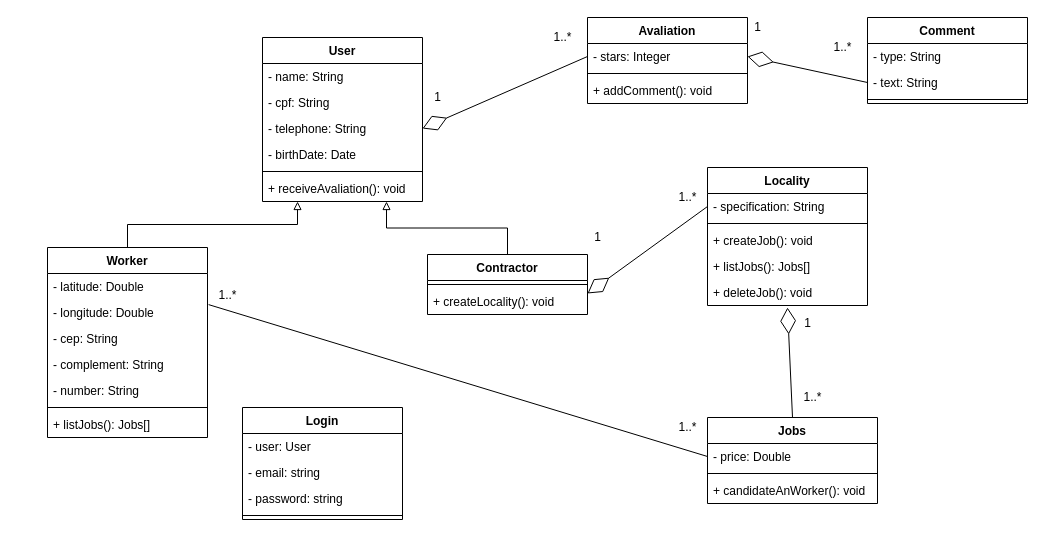
Above: diagrama de classes/class_diagram_iclean.drawio in robertogsl/Grupo1-3ADSA (draw.io), before the change. Source tidied: cells renumbered, new cells numbered last; positions are measured from the earlier drawing's top-left corner, leaving out a move shared by most shapes. Both pictures are drawn from the tidied source at 100%, with x=0, y=0 at pixel (47, 17).
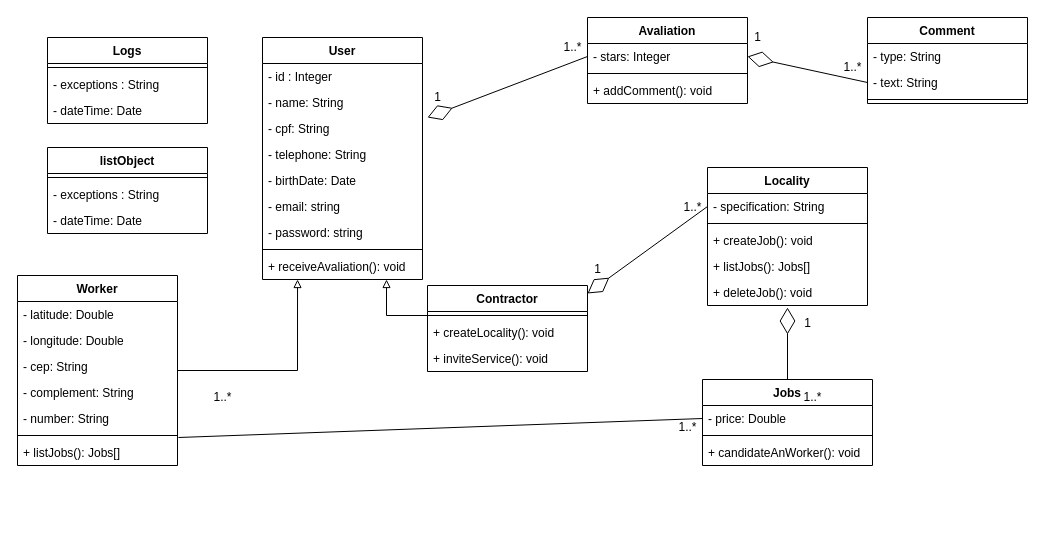
After the change.

Unchanged cells that the change refers to:
```xml
<mxCell id="12" value="- longitude: Double" style="text;strokeColor=none;fillColor=none;align=left;verticalAlign=top;spacingLeft=4;spacingRight=4;overflow=hidden;points=[[0,0.5],[1,0.5]];portConstraint=eastwest;" parent="10" vertex="1">
  <mxGeometry y="52" width="160" height="26" as="geometry" />
</mxCell>
<mxCell id="17" value="+ listJobs(): Jobs[]" style="text;strokeColor=none;fillColor=none;align=left;verticalAlign=top;spacingLeft=4;spacingRight=4;overflow=hidden;points=[[0,0.5],[1,0.5]];portConstraint=eastwest;" parent="10" vertex="1">
  <mxGeometry y="164" width="160" height="26" as="geometry" />
</mxCell>
<mxCell id="23" value="- price: Double" style="text;strokeColor=none;fillColor=none;align=left;verticalAlign=top;spacingLeft=4;spacingRight=4;overflow=hidden;points=[[0,0.5],[1,0.5]];portConstraint=eastwest;" parent="22" vertex="1">
  <mxGeometry y="26" width="170" height="26" as="geometry" />
</mxCell>
<mxCell id="27" value="- stars: Integer" style="text;strokeColor=none;fillColor=none;align=left;verticalAlign=top;spacingLeft=4;spacingRight=4;overflow=hidden;points=[[0,0.5],[1,0.5]];portConstraint=eastwest;" parent="26" vertex="1">
  <mxGeometry y="26" width="160" height="26" as="geometry" />
</mxCell>
```

The edit, as a diff of the source:
```diff
@@
     <mxCell id="2" value="User" style="swimlane;fontStyle=1;align=center;verticalAlign=top;horizontal=1;startSize=26;" parent="1" vertex="1">
-      <mxGeometry x="215" y="20" width="160" height="164" as="geometry" />
+      <mxGeometry x="215" y="20" width="160" height="242" as="geometry" />
     </mxCell>
+    <mxCell id="34" value="- id : Integer" style="text;strokeColor=none;fillColor=none;align=left;verticalAlign=top;spacingLeft=4;spacingRight=4;overflow=hidden;" parent="2" vertex="1">
+      <mxGeometry y="26" width="160" height="26" as="geometry" />
+    </mxCell>
     <mxCell id="3" value="- name: String" style="text;strokeColor=none;fillColor=none;align=left;verticalAlign=top;spacingLeft=4;spacingRight=4;overflow=hidden;" parent="2" vertex="1">
-      <mxGeometry y="26" width="160" height="26" as="geometry" />
+      <mxGeometry y="52" width="160" height="26" as="geometry" />
     </mxCell>
     <mxCell id="4" value="- cpf: String" style="text;strokeColor=none;fillColor=none;align=left;verticalAlign=top;spacingLeft=4;spacingRight=4;overflow=hidden;" parent="2" vertex="1">
-      <mxGeometry y="52" width="160" height="26" as="geometry" />
+      <mxGeometry y="78" width="160" height="26" as="geometry" />
     </mxCell>
     <mxCell id="5" value="- telephone: String" style="text;strokeColor=none;fillColor=none;align=left;verticalAlign=top;spacingLeft=4;spacingRight=4;overflow=hidden;points=[[0,0.5],[1,0.5]];portConstraint=eastwest;" parent="2" vertex="1">
-      <mxGeometry y="78" width="160" height="26" as="geometry" />
+      <mxGeometry y="104" width="160" height="26" as="geometry" />
     </mxCell>
     <mxCell id="6" value="- birthDate: Date" style="text;strokeColor=none;fillColor=none;align=left;verticalAlign=top;spacingLeft=4;spacingRight=4;overflow=hidden;" parent="2" vertex="1">
-      <mxGeometry y="104" width="160" height="26" as="geometry" />
+      <mxGeometry y="130" width="160" height="26" as="geometry" />
     </mxCell>
+    <mxCell id="35" value="- email: string" style="text;strokeColor=none;fillColor=none;align=left;verticalAlign=top;spacingLeft=4;spacingRight=4;overflow=hidden;" parent="2" vertex="1">
+      <mxGeometry y="156" width="160" height="26" as="geometry" />
+    </mxCell>
+    <mxCell id="36" value="- password: string" style="text;strokeColor=none;fillColor=none;align=left;verticalAlign=top;spacingLeft=4;spacingRight=4;overflow=hidden;" parent="2" vertex="1">
+      <mxGeometry y="182" width="160" height="26" as="geometry" />
+    </mxCell>
     <mxCell id="7" style="line;strokeWidth=1;fillColor=none;align=left;verticalAlign=middle;spacingTop=-1;spacingLeft=3;spacingRight=3;labelPosition=right;" parent="2" vertex="1">
-      <mxGeometry y="130" width="160" height="8" as="geometry" />
+      <mxGeometry y="208" width="160" height="8" as="geometry" />
     </mxCell>
     <mxCell id="8" value="+ receiveAvaliation(): void" style="text;strokeColor=none;fillColor=none;align=left;verticalAlign=top;spacingLeft=4;spacingRight=4;overflow=hidden;points=[[0,0.5],[1,0.5]];portConstraint=eastwest;" parent="2" vertex="1">
-      <mxGeometry y="138" width="160" height="26" as="geometry" />
+      <mxGeometry y="216" width="160" height="26" as="geometry" />
     </mxCell>
@@
     <mxCell id="10" value="Worker" style="swimlane;fontStyle=1;align=center;verticalAlign=top;horizontal=1;startSize=26;" parent="1" vertex="1">
-      <mxGeometry y="230" width="160" height="190" as="geometry" />
+      <mxGeometry x="-30" y="258" width="160" height="190" as="geometry" />
     </mxCell>
@@
     <mxCell id="18" style="edgeStyle=orthogonalEdgeStyle;rounded=0;jettySize=auto;html=1;entryX=0.775;entryY=1;entryDx=0;entryDy=0;entryPerimeter=0;endArrow=block;endFill=0;" parent="1" edge="1" source="19" target="8">
-      <mxGeometry relative="1" as="geometry" />
+      <mxGeometry relative="1" as="geometry">
+        <Array as="points">
+          <mxPoint x="339" y="298" />
+        </Array>
+      </mxGeometry>
     </mxCell>
     <mxCell id="19" value="Contractor" style="swimlane;fontStyle=1;align=center;verticalAlign=top;horizontal=1;startSize=26;" parent="1" vertex="1">
-      <mxGeometry x="380" y="237" width="160" height="60" as="geometry" />
+      <mxGeometry x="380" y="268" width="160" height="86" as="geometry" />
     </mxCell>
@@
+    <mxCell id="60" value="+ inviteService(): void" style="text;strokeColor=none;fillColor=none;align=left;verticalAlign=top;spacingLeft=4;spacingRight=4;overflow=hidden;" parent="19" vertex="1">
+      <mxGeometry y="60" width="160" height="26" as="geometry" />
+    </mxCell>
     <mxCell id="22" value="Jobs" style="swimlane;fontStyle=1;align=center;verticalAlign=top;horizontal=1;startSize=26;" parent="1" vertex="1">
-      <mxGeometry x="660" y="400" width="170" height="86" as="geometry" />
+      <mxGeometry x="655" y="362" width="170" height="86" as="geometry" />
     </mxCell>
@@
-    <mxCell id="30" style="endArrow=diamondThin;endFill=0;endSize=24;html=1;exitX=0;exitY=0.5;exitDx=0;exitDy=0;entryX=1;entryY=0.5;entryDx=0;entryDy=0;" parent="1" edge="1" source="27" target="5">
-      <mxGeometry relative="1" as="geometry" />
+    <mxCell id="30" style="endArrow=diamondThin;endFill=0;endSize=24;html=1;exitX=0;exitY=0.5;exitDx=0;exitDy=0;" parent="1" edge="1" source="27">
+      <mxGeometry relative="1" as="geometry">
+        <mxPoint x="380" y="100" as="targetPoint" />
+      </mxGeometry>
     </mxCell>
@@
     <mxCell id="32" value="1..*" style="text;html=1;align=center;verticalAlign=middle;strokeColor=none;" parent="1" vertex="1">
-      <mxGeometry x="500" y="10" width="30" height="20" as="geometry" />
+      <mxGeometry x="510" y="20" width="30" height="20" as="geometry" />
     </mxCell>
-    <mxCell id="33" value="Login" style="swimlane;fontStyle=1;align=center;verticalAlign=top;horizontal=1;startSize=26;" parent="1" vertex="1">
-      <mxGeometry x="195" y="390" width="160" height="112" as="geometry" />
-    </mxCell>
-    <mxCell id="34" value="- user: User" style="text;strokeColor=none;fillColor=none;align=left;verticalAlign=top;spacingLeft=4;spacingRight=4;overflow=hidden;" parent="33" vertex="1">
-      <mxGeometry y="26" width="160" height="26" as="geometry" />
-    </mxCell>
-    <mxCell id="35" value="- email: string" style="text;strokeColor=none;fillColor=none;align=left;verticalAlign=top;spacingLeft=4;spacingRight=4;overflow=hidden;" parent="33" vertex="1">
-      <mxGeometry y="52" width="160" height="26" as="geometry" />
-    </mxCell>
-    <mxCell id="36" value="- password: string" style="text;strokeColor=none;fillColor=none;align=left;verticalAlign=top;spacingLeft=4;spacingRight=4;overflow=hidden;" parent="33" vertex="1">
-      <mxGeometry y="78" width="160" height="26" as="geometry" />
-    </mxCell>
-    <mxCell id="37" style="line;strokeWidth=1;fillColor=none;align=left;verticalAlign=middle;spacingTop=-1;spacingLeft=3;spacingRight=3;labelPosition=right;" parent="33" vertex="1">
-      <mxGeometry y="104" width="160" height="8" as="geometry" />
-    </mxCell>
@@
     <mxCell id="43" value="1" style="text;html=1;align=center;verticalAlign=middle;strokeColor=none;" parent="1" vertex="1">
-      <mxGeometry x="700" width="20" height="20" as="geometry" />
+      <mxGeometry x="700" y="10" width="20" height="20" as="geometry" />
     </mxCell>
     <mxCell id="44" value="1..*" style="text;html=1;align=center;verticalAlign=middle;strokeColor=none;" parent="1" vertex="1">
-      <mxGeometry x="780" y="20" width="30" height="20" as="geometry" />
+      <mxGeometry x="790" y="40" width="30" height="20" as="geometry" />
     </mxCell>
@@
     <mxCell id="53" value="1" style="text;html=1;align=center;verticalAlign=middle;strokeColor=none;" parent="1" vertex="1">
-      <mxGeometry x="540" y="210" width="20" height="20" as="geometry" />
+      <mxGeometry x="540" y="242" width="20" height="20" as="geometry" />
     </mxCell>
     <mxCell id="54" value="1..*" style="text;html=1;align=center;verticalAlign=middle;strokeColor=none;" parent="1" vertex="1">
-      <mxGeometry x="625" y="170" width="30" height="20" as="geometry" />
+      <mxGeometry x="630" y="180" width="30" height="20" as="geometry" />
     </mxCell>
@@
     <mxCell id="58" value="1..*" style="text;html=1;align=center;verticalAlign=middle;strokeColor=none;" parent="1" vertex="1">
-      <mxGeometry x="165" y="268" width="30" height="20" as="geometry" />
+      <mxGeometry x="160" y="370" width="30" height="20" as="geometry" />
     </mxCell>
-    <mxCell id="59" style="endArrow=none;html=1;entryX=0;entryY=0.5;entryDx=0;entryDy=0;exitX=1.007;exitY=0.197;exitDx=0;exitDy=0;exitPerimeter=0;" parent="1" edge="1" source="12" target="23">
+    <mxCell id="59" style="endArrow=none;html=1;entryX=0;entryY=0.5;entryDx=0;entryDy=0;exitX=1.006;exitY=-0.077;exitDx=0;exitDy=0;exitPerimeter=0;" parent="1" edge="1" source="17" target="23">
       <mxGeometry relative="1" as="geometry" />
     </mxCell>
+    <mxCell id="61" value="Logs" style="swimlane;fontStyle=1;align=center;verticalAlign=top;horizontal=1;startSize=26;" parent="1" vertex="1">
+      <mxGeometry y="20" width="160" height="86" as="geometry" />
+    </mxCell>
+    <mxCell id="62" style="line;strokeWidth=1;fillColor=none;align=left;verticalAlign=middle;spacingTop=-1;spacingLeft=3;spacingRight=3;labelPosition=right;" parent="61" vertex="1">
+      <mxGeometry y="26" width="160" height="8" as="geometry" />
+    </mxCell>
+    <mxCell id="63" value="- exceptions : String" style="text;strokeColor=none;fillColor=none;align=left;verticalAlign=top;spacingLeft=4;spacingRight=4;overflow=hidden;" parent="61" vertex="1">
+      <mxGeometry y="34" width="160" height="26" as="geometry" />
+    </mxCell>
+    <mxCell id="64" value="- dateTime: Date" style="text;strokeColor=none;fillColor=none;align=left;verticalAlign=top;spacingLeft=4;spacingRight=4;overflow=hidden;" parent="61" vertex="1">
+      <mxGeometry y="60" width="160" height="26" as="geometry" />
+    </mxCell>
+    <mxCell id="65" value="listObject" style="swimlane;fontStyle=1;align=center;verticalAlign=top;horizontal=1;startSize=26;" parent="1" vertex="1">
+      <mxGeometry y="130" width="160" height="86" as="geometry" />
+    </mxCell>
+    <mxCell id="66" style="line;strokeWidth=1;fillColor=none;align=left;verticalAlign=middle;spacingTop=-1;spacingLeft=3;spacingRight=3;labelPosition=right;" parent="65" vertex="1">
+      <mxGeometry y="26" width="160" height="8" as="geometry" />
+    </mxCell>
+    <mxCell id="67" value="- exceptions : String" style="text;strokeColor=none;fillColor=none;align=left;verticalAlign=top;spacingLeft=4;spacingRight=4;overflow=hidden;" parent="65" vertex="1">
+      <mxGeometry y="34" width="160" height="26" as="geometry" />
+    </mxCell>
+    <mxCell id="68" value="- dateTime: Date" style="text;strokeColor=none;fillColor=none;align=left;verticalAlign=top;spacingLeft=4;spacingRight=4;overflow=hidden;" parent="65" vertex="1">
+      <mxGeometry y="60" width="160" height="26" as="geometry" />
+    </mxCell>
```
